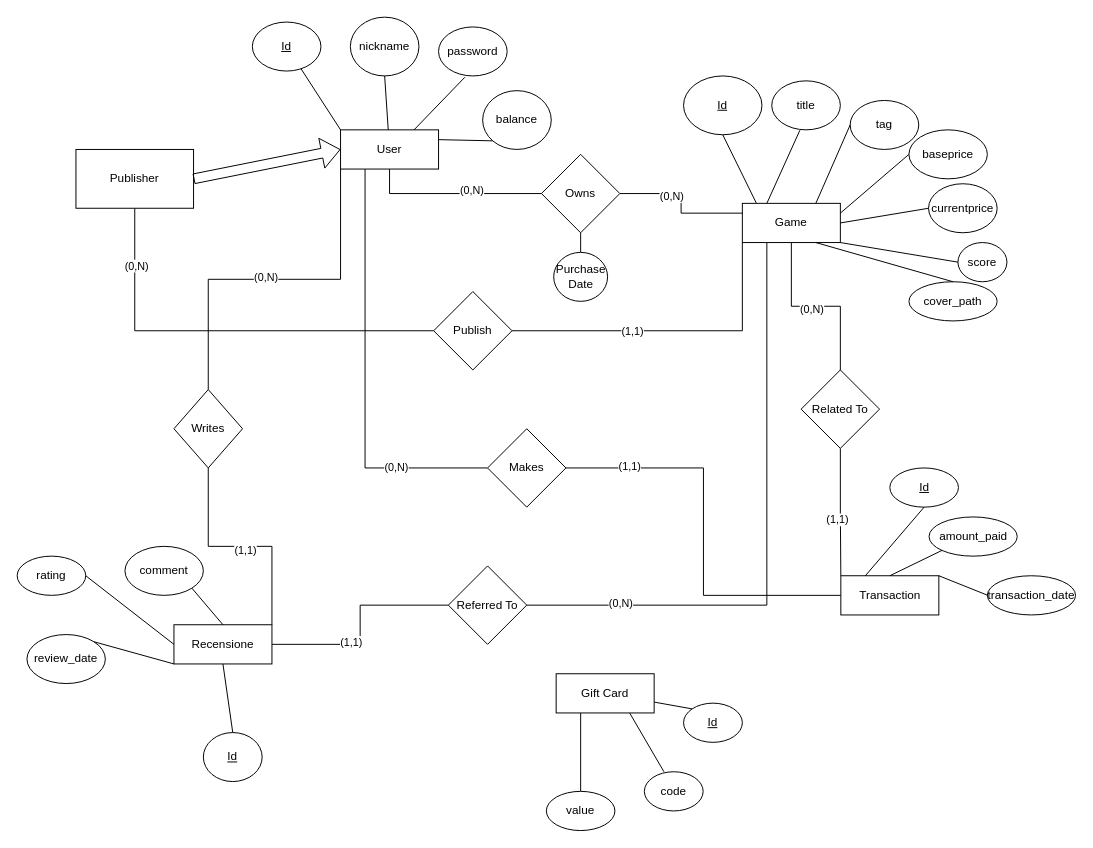
Before: doc/E-R Model/E-R-Diagram.drawio in KloseITB/Orbit, a draw.io diagram. Source tidied: cells renumbered, new cells numbered last; positions are measured from the earlier drawing's top-left corner, leaving out a move shared by most shapes. Both pictures are drawn from the tidied source at 98%, with x=0, y=0 at pixel (17, 17).
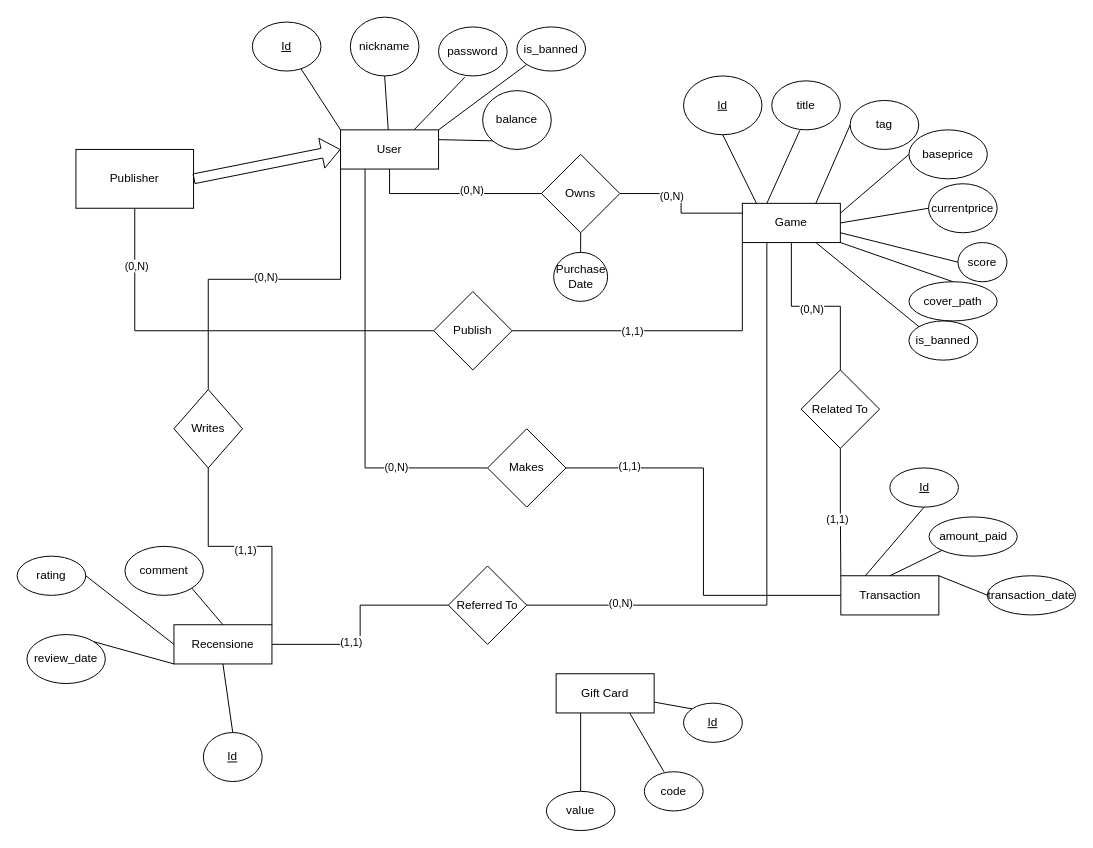
Above is the later version.

Unchanged cells that the change refers to:
```xml
<mxCell id="4" value="User" style="whiteSpace=wrap;html=1;align=center;" parent="1" vertex="1">
  <mxGeometry x="330" y="115" width="100" height="40" as="geometry" />
</mxCell>
<mxCell id="6" value="Game" style="whiteSpace=wrap;html=1;align=center;" parent="1" vertex="1">
  <mxGeometry x="740" y="190" width="100" height="40" as="geometry" />
</mxCell>
<mxCell id="25" value="score" style="ellipse;whiteSpace=wrap;html=1;" parent="1" vertex="1">
  <mxGeometry x="960" y="230" width="50" height="40" as="geometry" />
</mxCell>
<mxCell id="26" value="cover_path" style="ellipse;whiteSpace=wrap;html=1;" parent="1" vertex="1">
  <mxGeometry x="910" y="270" width="90" height="40" as="geometry" />
</mxCell>
```

The edit, as a diff of the source:
```diff
@@
+    <mxCell id="83" style="rounded=0;jettySize=auto;html=1;exitX=1;exitY=0;exitDx=0;exitDy=0;entryX=0;entryY=1;entryDx=0;entryDy=0;endArrow=none;endFill=0;" parent="1" edge="1" source="4" target="85">
+      <mxGeometry relative="1" as="geometry" />
+    </mxCell>
@@
+    <mxCell id="84" style="rounded=0;jettySize=auto;html=1;exitX=0.75;exitY=1;exitDx=0;exitDy=0;entryX=0;entryY=0;entryDx=0;entryDy=0;endArrow=none;endFill=0;" parent="1" edge="1" source="6" target="86">
+      <mxGeometry relative="1" as="geometry" />
+    </mxCell>
@@
-    <mxCell id="32" style="endArrow=none;html=1;rounded=0;entryX=0;entryY=0.5;entryDx=0;entryDy=0;exitX=1;exitY=1;exitDx=0;exitDy=0;" parent="1" edge="1" source="6" target="25">
+    <mxCell id="32" style="endArrow=none;html=1;rounded=0;entryX=0;entryY=0.5;entryDx=0;entryDy=0;exitX=1;exitY=0.75;exitDx=0;exitDy=0;" parent="1" edge="1" source="6" target="25">
       <mxGeometry relative="1" as="geometry" />
     </mxCell>
-    <mxCell id="33" style="endArrow=none;html=1;rounded=0;entryX=0.5;entryY=0;entryDx=0;entryDy=0;exitX=0.75;exitY=1;exitDx=0;exitDy=0;" parent="1" edge="1" source="6" target="26">
+    <mxCell id="33" style="endArrow=none;html=1;rounded=0;entryX=0.5;entryY=0;entryDx=0;entryDy=0;exitX=1;exitY=1;exitDx=0;exitDy=0;" parent="1" edge="1" source="6" target="26">
       <mxGeometry relative="1" as="geometry" />
     </mxCell>
@@
+    <mxCell id="85" value="is_banned" style="ellipse;whiteSpace=wrap;html=1;" parent="1" vertex="1">
+      <mxGeometry x="510" y="10" width="70" height="45" as="geometry" />
+    </mxCell>
+    <mxCell id="86" value="is_banned" style="ellipse;whiteSpace=wrap;html=1;" parent="1" vertex="1">
+      <mxGeometry x="910" y="310" width="70" height="40" as="geometry" />
+    </mxCell>
```
